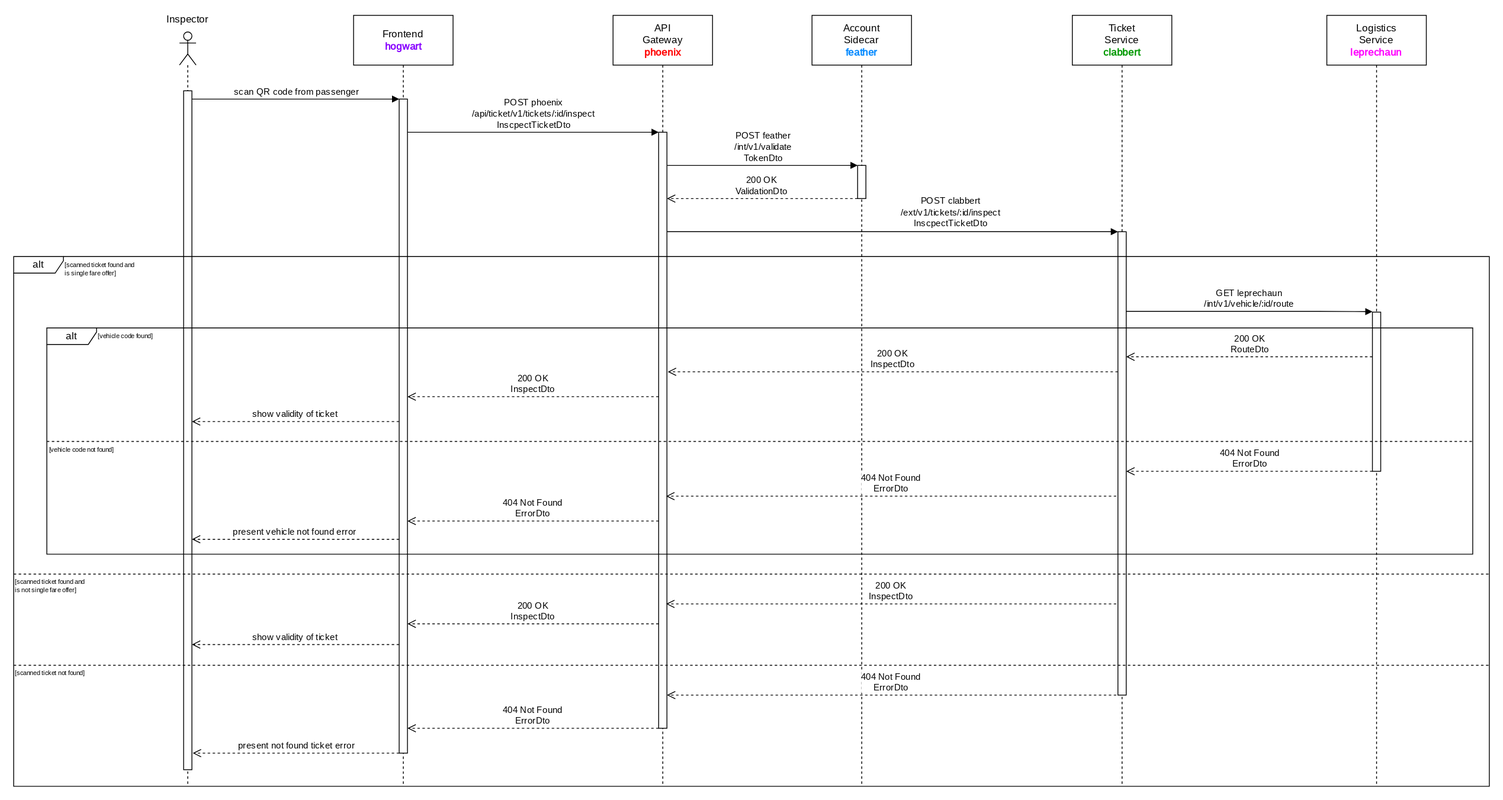
Above: documentation/course/e2/images/sequence-diagram-clabbert-ticket-inspection.drawio.svg in PWR-ACS-SE-24/SoftwareSystemDesign (draw.io), before the change. Source tidied: cells renumbered, new cells last; positions are measured from the earlier drawing's top-left corner, leaving out a move shared by most shapes.
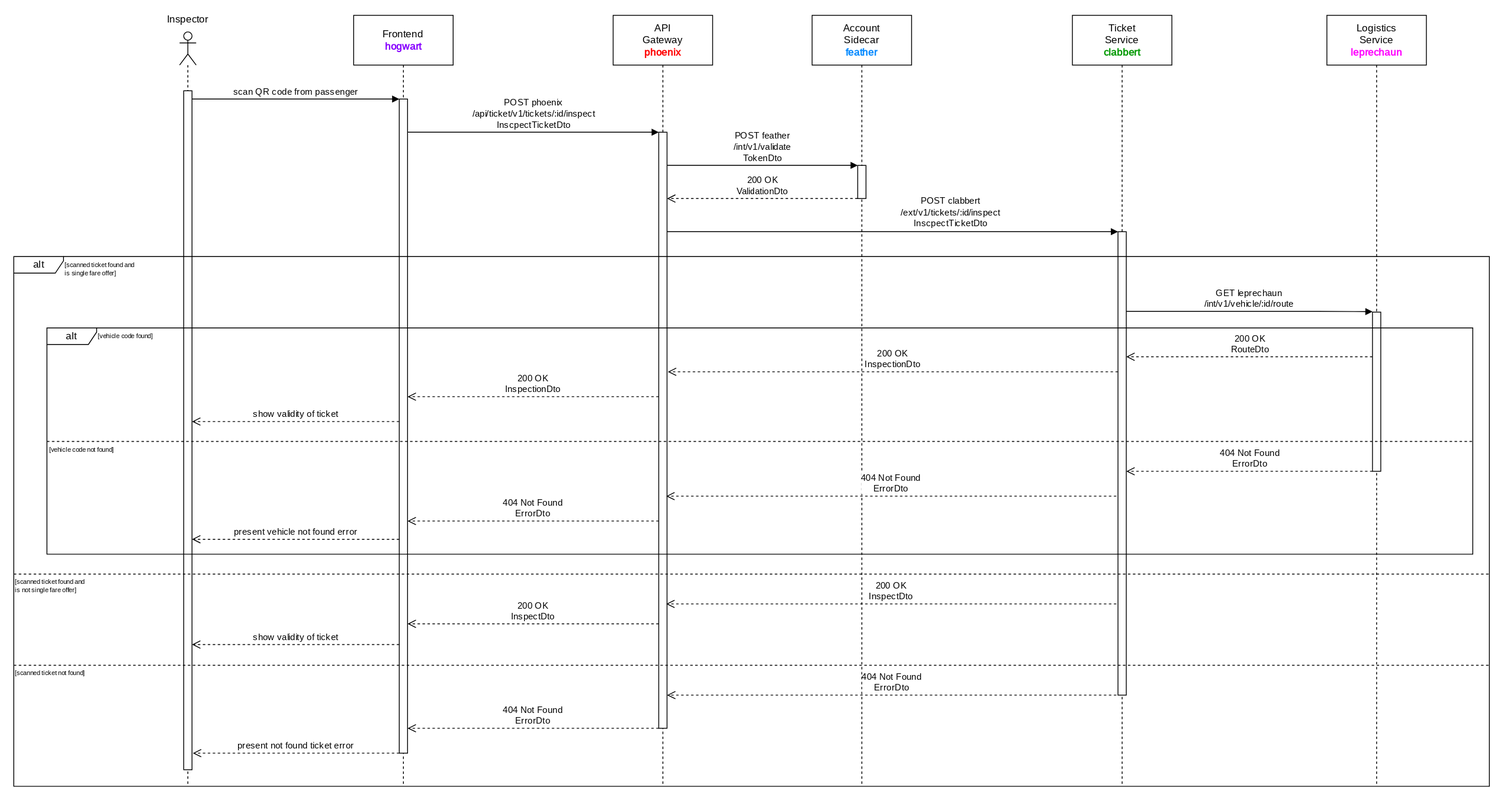
After the commit.

The edit, as a diff of the source:
```diff
@@ -55,7 +55,7 @@
         </Array>
       </mxGeometry>
     </mxCell>
-    <mxCell id="14" value="&lt;div&gt;200 OK&lt;/div&gt;InspectDto" style="html=1;verticalAlign=bottom;endArrow=open;dashed=1;endSize=8;curved=0;rounded=0;fontFamily=JetBrains Mono;fontSource=https%3A%2F%2Ffonts.googleapis.com%2Fcss%3Ffamily%3DJetBrains%2BMono;" parent="1" edge="1">
+    <mxCell id="14" value="&lt;div&gt;200 OK&lt;/div&gt;InspectionDto" style="html=1;verticalAlign=bottom;endArrow=open;dashed=1;endSize=8;curved=0;rounded=0;fontFamily=JetBrains Mono;fontSource=https%3A%2F%2Ffonts.googleapis.com%2Fcss%3Ffamily%3DJetBrains%2BMono;" parent="1" edge="1">
       <mxGeometry relative="1" as="geometry">
         <mxPoint x="778" y="460" as="sourcePoint" />
         <mxPoint x="475" y="460" as="targetPoint" />
@@ -86,7 +86,7 @@
         </Array>
       </mxGeometry>
     </mxCell>
-    <mxCell id="19" value="&lt;div&gt;&lt;font&gt;200 OK&lt;/font&gt;&lt;/div&gt;&lt;font&gt;InspectDto&lt;/font&gt;" style="html=1;verticalAlign=bottom;endArrow=open;dashed=1;endSize=8;curved=0;rounded=0;fontFamily=JetBrains Mono;fontSource=https%3A%2F%2Ffonts.googleapis.com%2Fcss%3Ffamily%3DJetBrains%2BMono;" parent="1" edge="1" source="17">
+    <mxCell id="19" value="&lt;div&gt;&lt;font&gt;200 OK&lt;/font&gt;&lt;/div&gt;&lt;font&gt;InspectionDto&lt;/font&gt;" style="html=1;verticalAlign=bottom;endArrow=open;dashed=1;endSize=8;curved=0;rounded=0;fontFamily=JetBrains Mono;fontSource=https%3A%2F%2Ffonts.googleapis.com%2Fcss%3Ffamily%3DJetBrains%2BMono;" parent="1" edge="1" source="17">
       <mxGeometry relative="1" as="geometry">
         <mxPoint x="789" y="430" as="targetPoint" />
         <Array as="points">
```
